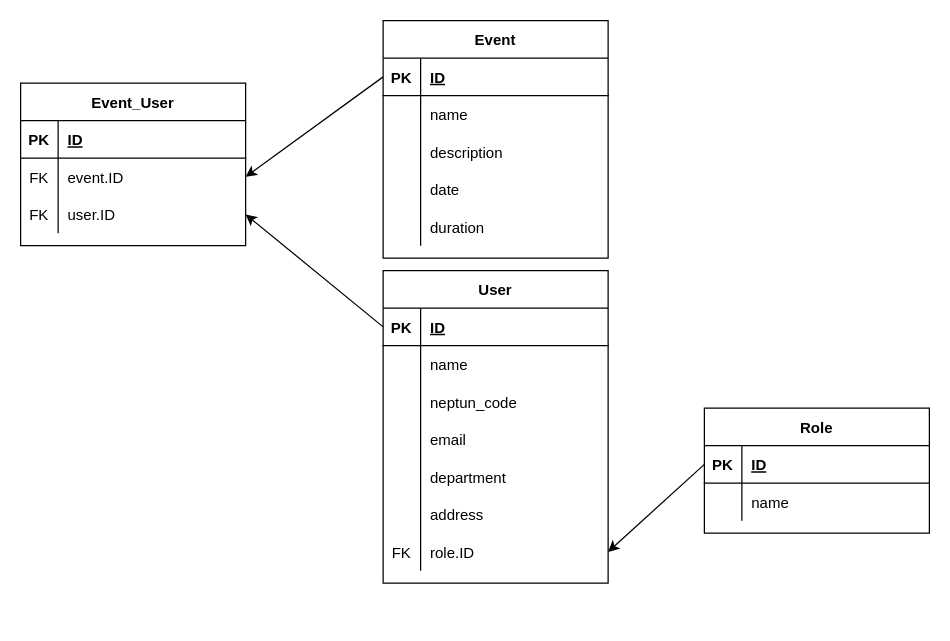
Before: Documents/SportCheck_db_plan.drawio in Draconim/Creators, a draw.io diagram. Source tidied: cells renumbered, new cells numbered last; positions are measured from the earlier drawing's top-left corner, leaving out a move shared by most shapes. Both pictures are drawn from the tidied source at 125%, with x=0, y=0 at pixel (20, 20).
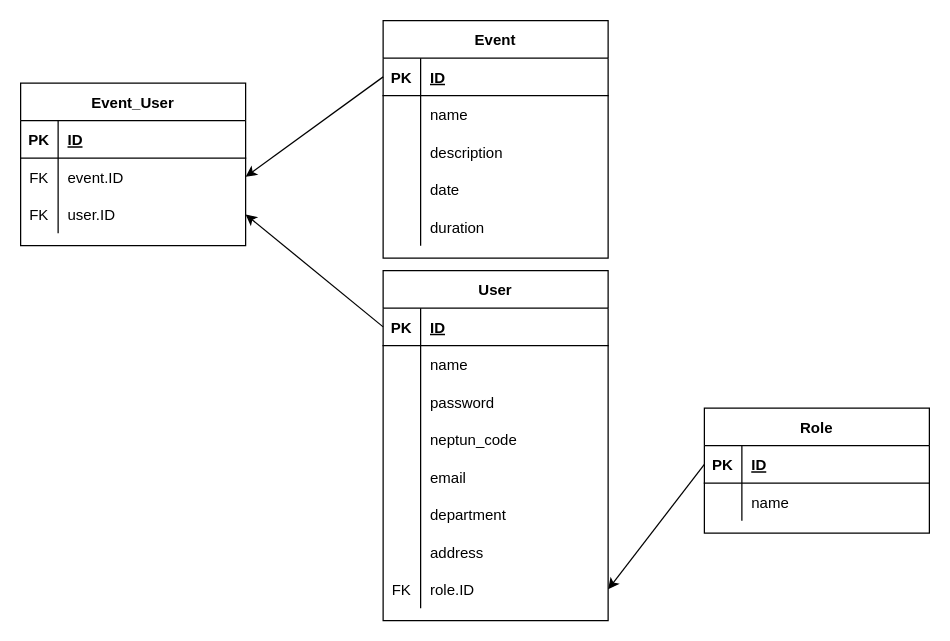
Above is the later version.

Commit message:
Jelszó beleírása az adatbázis tervbe.

The edit, as a diff of the source:
```diff
@@
     <mxCell id="2" value="User" style="shape=table;startSize=30;childLayout=tableLayout;rowLines=0;fontStyle=1;align=center;" parent="1" vertex="1">
-      <mxGeometry x="290" y="200" width="180" height="250" as="geometry" />
+      <mxGeometry x="290" y="200" width="180" height="280" as="geometry" />
     </mxCell>
@@
+    <mxCell id="60" style="shape=tableRow;horizontal=0;startSize=0;swimlaneHead=0;swimlaneBody=0;fillColor=none;top=0;left=0;right=0;bottom=0;" parent="2" vertex="1">
+      <mxGeometry y="90" width="180" height="30" as="geometry" />
+    </mxCell>
+    <mxCell id="61" style="shape=partialRectangle;fillColor=none;top=0;left=0;bottom=0;right=0;overflow=hidden;" parent="60" vertex="1">
+      <mxGeometry width="30" height="30" as="geometry" />
+    </mxCell>
+    <mxCell id="62" value="password" style="shape=partialRectangle;fillColor=none;top=0;left=0;bottom=0;right=0;align=left;spacingLeft=6;overflow=hidden;" parent="60" vertex="1">
+      <mxGeometry x="30" width="150" height="30" as="geometry" />
+    </mxCell>
     <mxCell id="9" style="shape=tableRow;horizontal=0;startSize=0;swimlaneHead=0;swimlaneBody=0;fillColor=none;top=0;left=0;right=0;bottom=0;" parent="2" vertex="1">
-      <mxGeometry y="90" width="180" height="30" as="geometry" />
+      <mxGeometry y="120" width="180" height="30" as="geometry" />
     </mxCell>
@@
     <mxCell id="12" style="shape=tableRow;horizontal=0;startSize=0;swimlaneHead=0;swimlaneBody=0;fillColor=none;top=0;left=0;right=0;bottom=0;" parent="2" vertex="1">
-      <mxGeometry y="120" width="180" height="30" as="geometry" />
+      <mxGeometry y="150" width="180" height="30" as="geometry" />
     </mxCell>
@@
     <mxCell id="15" style="shape=tableRow;horizontal=0;startSize=0;swimlaneHead=0;swimlaneBody=0;fillColor=none;top=0;left=0;right=0;bottom=0;" parent="2" vertex="1">
-      <mxGeometry y="150" width="180" height="30" as="geometry" />
+      <mxGeometry y="180" width="180" height="30" as="geometry" />
     </mxCell>
@@
     <mxCell id="18" style="shape=tableRow;horizontal=0;startSize=0;swimlaneHead=0;swimlaneBody=0;fillColor=none;top=0;left=0;right=0;bottom=0;" parent="2" vertex="1">
-      <mxGeometry y="180" width="180" height="30" as="geometry" />
+      <mxGeometry y="210" width="180" height="30" as="geometry" />
     </mxCell>
@@
     <mxCell id="21" style="shape=tableRow;horizontal=0;startSize=0;swimlaneHead=0;swimlaneBody=0;fillColor=none;points=[[0,0.5],[1,0.5]];portConstraint=eastwest;top=0;left=0;right=0;bottom=0;" parent="2" vertex="1">
-      <mxGeometry y="210" width="180" height="30" as="geometry" />
+      <mxGeometry y="240" width="180" height="30" as="geometry" />
     </mxCell>
```
